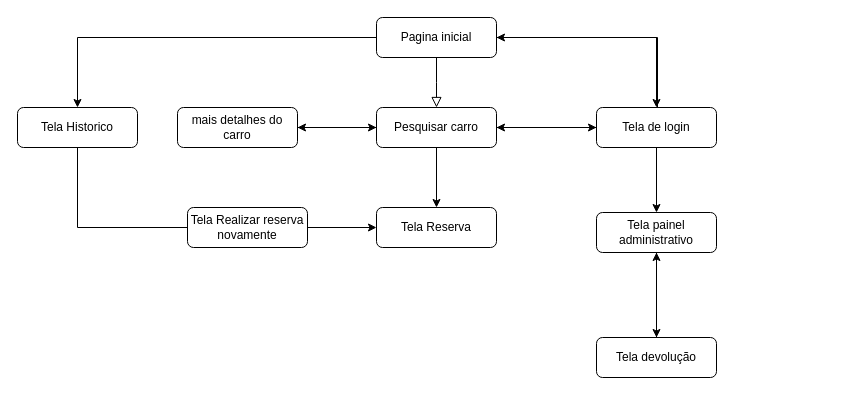
Earlier version of the draw.io diagram 1ª entrega/Modelo Navegacional.drawio (DaviMPaiva/APS). Source tidied: cells renumbered, new cells numbered last; positions are measured from the earlier drawing's top-left corner, leaving out a move shared by most shapes. Both pictures are drawn from the tidied source at 100%, with x=0, y=0 at pixel (17, 17).
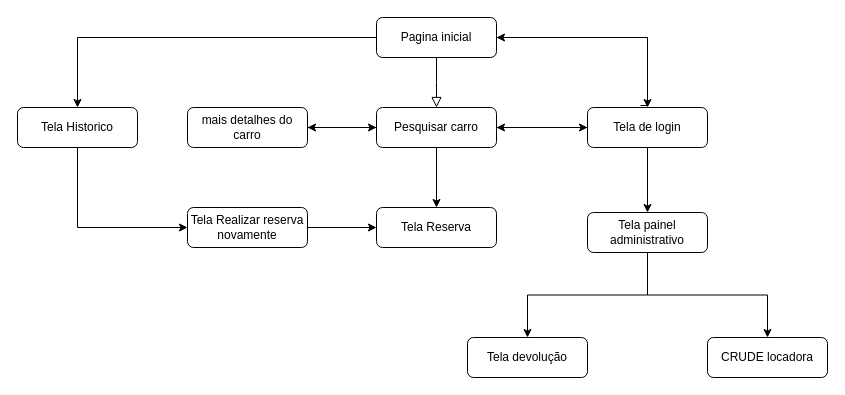
After the change.

Commit message:
fix modelo navegational

The change refers to these unchanged cells:
```xml
<mxCell id="5" value="Pagina inicial" style="rounded=1;whiteSpace=wrap;html=1;fontSize=12;glass=0;strokeWidth=1;shadow=0;" parent="1" vertex="1">
  <mxGeometry x="359" width="120" height="40" as="geometry" />
</mxCell>
<mxCell id="18" value="Tela Historico" style="rounded=1;whiteSpace=wrap;html=1;fontSize=12;glass=0;strokeWidth=1;shadow=0;" parent="1" vertex="1">
  <mxGeometry y="90" width="120" height="40" as="geometry" />
</mxCell>
<mxCell id="20" value="Tela Realizar reserva novamente" style="rounded=1;whiteSpace=wrap;html=1;fontSize=12;glass=0;strokeWidth=1;shadow=0;" parent="1" vertex="1">
  <mxGeometry x="170" y="190" width="120" height="40" as="geometry" />
</mxCell>
```

What changed in the source:
```diff
@@
-    <mxCell id="12" style="edgeStyle=orthogonalEdgeStyle;rounded=0;jettySize=auto;html=1;entryX=1;entryY=0.5;entryDx=0;entryDy=0;" parent="1" edge="1" source="13" target="5">
+    <mxCell id="12" style="edgeStyle=orthogonalEdgeStyle;rounded=0;jettySize=auto;html=1;entryX=1;entryY=0.5;entryDx=0;entryDy=0;exitX=0.442;exitY=-0.05;exitDx=0;exitDy=0;exitPerimeter=0;" parent="1" edge="1" source="13" target="5">
       <mxGeometry relative="1" as="geometry">
         <Array as="points">
-          <mxPoint x="640" y="20" />
+          <mxPoint x="630" y="88" />
+          <mxPoint x="630" y="20" />
         </Array>
       </mxGeometry>
     </mxCell>
     <mxCell id="13" value="Tela de login" style="rounded=1;whiteSpace=wrap;html=1;fontSize=12;glass=0;strokeWidth=1;shadow=0;" parent="1" vertex="1">
-      <mxGeometry x="579" y="90" width="120" height="40" as="geometry" />
+      <mxGeometry x="570" y="90" width="120" height="40" as="geometry" />
     </mxCell>
@@
     <mxCell id="16" value="mais detalhes do carro" style="rounded=1;whiteSpace=wrap;html=1;fontSize=12;glass=0;strokeWidth=1;shadow=0;" parent="1" vertex="1">
-      <mxGeometry x="160" y="90" width="120" height="40" as="geometry" />
+      <mxGeometry x="170" y="90" width="120" height="40" as="geometry" />
     </mxCell>
-    <mxCell id="17" style="edgeStyle=orthogonalEdgeStyle;rounded=0;jettySize=auto;html=1;entryX=1;entryY=0.5;entryDx=0;entryDy=0;" parent="1" edge="1" target="20">
-      <mxGeometry relative="1" as="geometry">
-        <mxPoint x="60" y="130" as="sourcePoint" />
-        <Array as="points">
-          <mxPoint x="60" y="210" />
-        </Array>
-      </mxGeometry>
-    </mxCell>
+    <mxCell id="25" style="edgeStyle=orthogonalEdgeStyle;rounded=0;jettySize=auto;html=1;entryX=0;entryY=0.5;entryDx=0;entryDy=0;" parent="1" edge="1" source="18" target="20">
+      <mxGeometry relative="1" as="geometry">
+        <Array as="points">
+          <mxPoint x="60" y="210" />
+        </Array>
+      </mxGeometry>
+    </mxCell>
@@
-    <mxCell id="21" style="edgeStyle=orthogonalEdgeStyle;rounded=0;jettySize=auto;html=1;" parent="1" edge="1" source="22" target="24">
-      <mxGeometry relative="1" as="geometry" />
-    </mxCell>
     <mxCell id="22" value="Tela devolução" style="rounded=1;whiteSpace=wrap;html=1;fontSize=12;glass=0;strokeWidth=1;shadow=0;" parent="1" vertex="1">
-      <mxGeometry x="579" y="320" width="120" height="40" as="geometry" />
+      <mxGeometry x="450" y="320" width="120" height="40" as="geometry" />
     </mxCell>
@@
+    <mxCell id="26" style="edgeStyle=orthogonalEdgeStyle;rounded=0;jettySize=auto;html=1;" parent="1" edge="1" source="24" target="27">
+      <mxGeometry relative="1" as="geometry" />
+    </mxCell>
     <mxCell id="24" value="Tela painel administrativo" style="rounded=1;whiteSpace=wrap;html=1;fontSize=12;glass=0;strokeWidth=1;shadow=0;" parent="1" vertex="1">
-      <mxGeometry x="579" y="195" width="120" height="40" as="geometry" />
+      <mxGeometry x="570" y="195" width="120" height="40" as="geometry" />
     </mxCell>
+    <mxCell id="27" value="CRUDE locadora" style="rounded=1;whiteSpace=wrap;html=1;fontSize=12;glass=0;strokeWidth=1;shadow=0;" parent="1" vertex="1">
+      <mxGeometry x="690" y="320" width="120" height="40" as="geometry" />
+    </mxCell>
```
